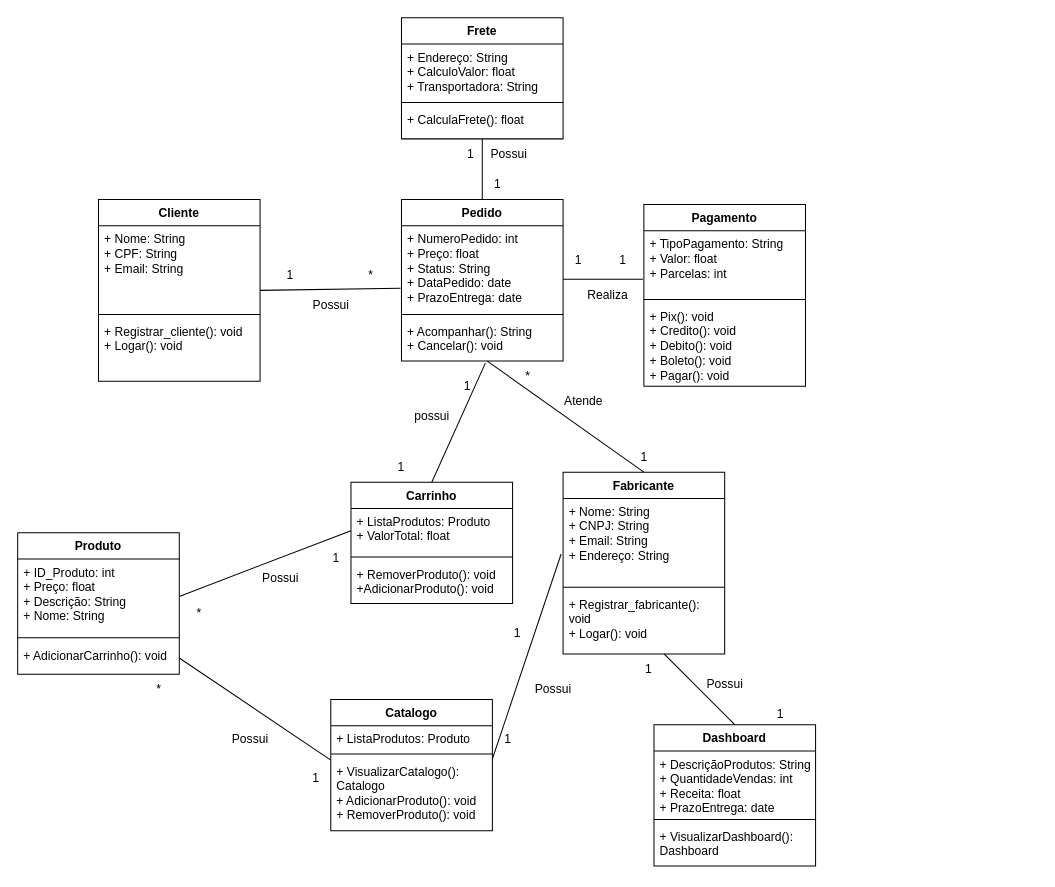
Before: DiagramaClasses.drawio in PedroAP2/Projeto-EngenhariaDaComputacao, a draw.io diagram. Source tidied: cells renumbered, new cells numbered last; positions are measured from the earlier drawing's top-left corner, leaving out a move shared by most shapes. Both pictures are drawn from the tidied source at 101%, with x=0, y=0 at pixel (17, 17).
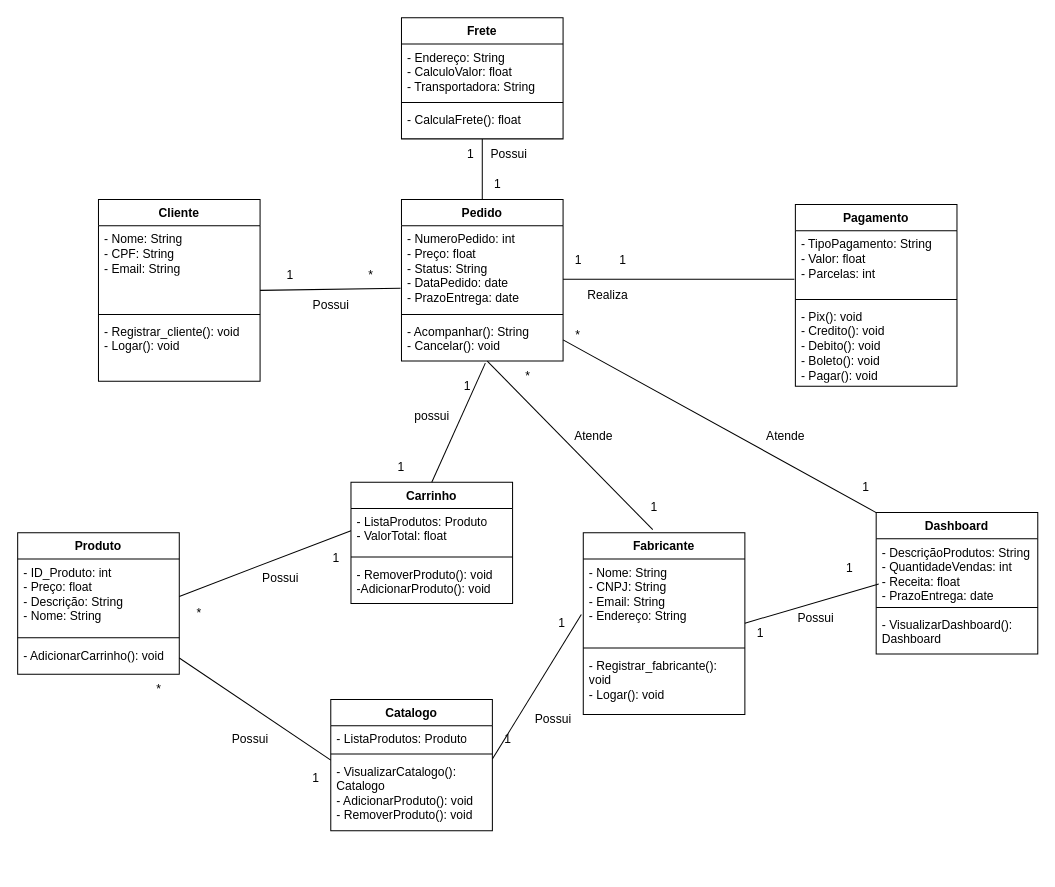
Above is the later version.

Unchanged cells that the change refers to:
```xml
<mxCell id="2" value="Cliente" style="swimlane;fontStyle=1;align=center;verticalAlign=top;horizontal=1;startSize=26;whiteSpace=wrap;html=1;" parent="1" vertex="1">
  <mxGeometry x="80" y="180" width="160" height="180" as="geometry" />
</mxCell>
<mxCell id="10" value="Pedido&lt;br&gt;" style="swimlane;fontStyle=1;align=center;verticalAlign=top;horizontal=1;startSize=26;whiteSpace=wrap;html=1;" parent="1" vertex="1">
  <mxGeometry x="380" y="180" width="160" height="160" as="geometry" />
</mxCell>
<mxCell id="14" value="Produto" style="swimlane;fontStyle=1;align=center;verticalAlign=top;horizontal=1;startSize=26;whiteSpace=wrap;html=1;" parent="1" vertex="1">
  <mxGeometry y="510" width="160" height="140" as="geometry" />
</mxCell>
<mxCell id="18" value="Catalogo" style="swimlane;fontStyle=1;align=center;verticalAlign=top;horizontal=1;startSize=26;whiteSpace=wrap;html=1;" parent="1" vertex="1">
  <mxGeometry x="310" y="675" width="160" height="130" as="geometry" />
</mxCell>
<mxCell id="30" value="Frete" style="swimlane;fontStyle=1;align=center;verticalAlign=top;horizontal=1;startSize=26;whiteSpace=wrap;html=1;" parent="1" vertex="1">
  <mxGeometry x="380" width="160" height="120" as="geometry" />
</mxCell>
<mxCell id="34" value="Carrinho" style="swimlane;fontStyle=1;align=center;verticalAlign=top;horizontal=1;startSize=26;whiteSpace=wrap;html=1;" parent="1" vertex="1">
  <mxGeometry x="330" y="460" width="160" height="120" as="geometry" />
</mxCell>
```

Change to the diagram source:
```diff
@@
-    <mxCell id="3" value="+ Nome: String&lt;br&gt;+ CPF: String&lt;br&gt;+ Email: String" style="text;strokeColor=none;fillColor=none;align=left;verticalAlign=top;spacingLeft=4;spacingRight=4;overflow=hidden;whiteSpace=wrap;html=1;" parent="2" vertex="1">
+    <mxCell id="3" value="- Nome: String&lt;br&gt;- CPF: String&lt;br&gt;- Email: String" style="text;strokeColor=none;fillColor=none;align=left;verticalAlign=top;spacingLeft=4;spacingRight=4;overflow=hidden;whiteSpace=wrap;html=1;" parent="2" vertex="1">
       <mxGeometry y="26" width="160" height="84" as="geometry" />
     </mxCell>
@@
-    <mxCell id="5" value="+ Registrar_cliente(): void&lt;br&gt;+ Logar(): void" style="text;strokeColor=none;fillColor=none;align=left;verticalAlign=top;spacingLeft=4;spacingRight=4;overflow=hidden;whiteSpace=wrap;html=1;" parent="2" vertex="1">
+    <mxCell id="5" value="- Registrar_cliente(): void&lt;br&gt;- Logar(): void" style="text;strokeColor=none;fillColor=none;align=left;verticalAlign=top;spacingLeft=4;spacingRight=4;overflow=hidden;whiteSpace=wrap;html=1;" parent="2" vertex="1">
       <mxGeometry y="118" width="160" height="62" as="geometry" />
     </mxCell>
     <mxCell id="6" value="Fabricante" style="swimlane;fontStyle=1;align=center;verticalAlign=top;horizontal=1;startSize=26;whiteSpace=wrap;html=1;" parent="1" vertex="1">
-      <mxGeometry x="540" y="450" width="160" height="180" as="geometry" />
+      <mxGeometry x="560" y="510" width="160" height="180" as="geometry" />
     </mxCell>
-    <mxCell id="7" value="+ Nome: String&lt;br&gt;+ CNPJ: String&lt;br&gt;+ Email: String&lt;br&gt;+ Endereço: String" style="text;strokeColor=none;fillColor=none;align=left;verticalAlign=top;spacingLeft=4;spacingRight=4;overflow=hidden;points=[[0,0.5],[1,0.5]];portConstraint=eastwest;whiteSpace=wrap;html=1;" parent="6" vertex="1">
+    <mxCell id="7" value="- Nome: String&lt;br&gt;- CNPJ: String&lt;br&gt;- Email: String&lt;br&gt;- Endereço: String" style="text;strokeColor=none;fillColor=none;align=left;verticalAlign=top;spacingLeft=4;spacingRight=4;overflow=hidden;points=[[0,0.5],[1,0.5]];portConstraint=eastwest;whiteSpace=wrap;html=1;" parent="6" vertex="1">
       <mxGeometry y="26" width="160" height="84" as="geometry" />
     </mxCell>
@@
-    <mxCell id="9" value="+ Registrar_fabricante(): void&lt;br&gt;+ Logar(): void" style="text;strokeColor=none;fillColor=none;align=left;verticalAlign=top;spacingLeft=4;spacingRight=4;overflow=hidden;whiteSpace=wrap;html=1;" parent="6" vertex="1">
+    <mxCell id="9" value="- Registrar_fabricante(): void&lt;br&gt;- Logar(): void" style="text;strokeColor=none;fillColor=none;align=left;verticalAlign=top;spacingLeft=4;spacingRight=4;overflow=hidden;whiteSpace=wrap;html=1;" parent="6" vertex="1">
       <mxGeometry y="118" width="160" height="62" as="geometry" />
     </mxCell>
@@
-    <mxCell id="11" value="+ NumeroPedido: int&lt;br&gt;+ Preço: float&lt;br&gt;+ Status: String&lt;br&gt;+ DataPedido: date&lt;br&gt;+ PrazoEntrega: date" style="text;strokeColor=none;fillColor=none;align=left;verticalAlign=top;spacingLeft=4;spacingRight=4;overflow=hidden;whiteSpace=wrap;html=1;" parent="10" vertex="1">
+    <mxCell id="11" value="- NumeroPedido: int&lt;br&gt;- Preço: float&lt;br&gt;- Status: String&lt;br&gt;- DataPedido: date&lt;br&gt;- PrazoEntrega: date" style="text;strokeColor=none;fillColor=none;align=left;verticalAlign=top;spacingLeft=4;spacingRight=4;overflow=hidden;whiteSpace=wrap;html=1;" parent="10" vertex="1">
       <mxGeometry y="26" width="160" height="84" as="geometry" />
     </mxCell>
@@
-    <mxCell id="13" value="+ Acompanhar(): String&lt;br&gt;+ Cancelar(): void" style="text;strokeColor=none;fillColor=none;align=left;verticalAlign=top;spacingLeft=4;spacingRight=4;overflow=hidden;points=[[0,0.5],[1,0.5]];portConstraint=eastwest;whiteSpace=wrap;html=1;" parent="10" vertex="1">
+    <mxCell id="13" value="- Acompanhar(): String&lt;br&gt;- Cancelar(): void" style="text;strokeColor=none;fillColor=none;align=left;verticalAlign=top;spacingLeft=4;spacingRight=4;overflow=hidden;points=[[0,0.5],[1,0.5]];portConstraint=eastwest;whiteSpace=wrap;html=1;" parent="10" vertex="1">
       <mxGeometry y="118" width="160" height="42" as="geometry" />
     </mxCell>
@@
-    <mxCell id="15" value="+ ID_Produto: int&lt;br&gt;+ Preço: float&lt;br&gt;+ Descrição: String&lt;br&gt;+ Nome: String" style="text;strokeColor=none;fillColor=none;align=left;verticalAlign=top;spacingLeft=4;spacingRight=4;overflow=hidden;points=[[0,0.5],[1,0.5]];portConstraint=eastwest;whiteSpace=wrap;html=1;" parent="14" vertex="1">
+    <mxCell id="15" value="- ID_Produto: int&lt;br&gt;- Preço: float&lt;br&gt;- Descrição: String&lt;br&gt;- Nome: String" style="text;strokeColor=none;fillColor=none;align=left;verticalAlign=top;spacingLeft=4;spacingRight=4;overflow=hidden;points=[[0,0.5],[1,0.5]];portConstraint=eastwest;whiteSpace=wrap;html=1;" parent="14" vertex="1">
       <mxGeometry y="26" width="160" height="74" as="geometry" />
     </mxCell>
@@
-    <mxCell id="17" value="+ AdicionarCarrinho(): void" style="text;strokeColor=none;fillColor=none;align=left;verticalAlign=top;spacingLeft=4;spacingRight=4;overflow=hidden;points=[[0,0.5],[1,0.5]];portConstraint=eastwest;whiteSpace=wrap;html=1;" parent="14" vertex="1">
+    <mxCell id="17" value="- AdicionarCarrinho(): void" style="text;strokeColor=none;fillColor=none;align=left;verticalAlign=top;spacingLeft=4;spacingRight=4;overflow=hidden;points=[[0,0.5],[1,0.5]];portConstraint=eastwest;whiteSpace=wrap;html=1;" parent="14" vertex="1">
       <mxGeometry y="108" width="160" height="32" as="geometry" />
     </mxCell>
@@
-    <mxCell id="19" value="+ ListaProdutos: Produto" style="text;strokeColor=none;fillColor=none;align=left;verticalAlign=top;spacingLeft=4;spacingRight=4;overflow=hidden;whiteSpace=wrap;html=1;" parent="18" vertex="1">
+    <mxCell id="19" value="- ListaProdutos: Produto" style="text;strokeColor=none;fillColor=none;align=left;verticalAlign=top;spacingLeft=4;spacingRight=4;overflow=hidden;whiteSpace=wrap;html=1;" parent="18" vertex="1">
       <mxGeometry y="26" width="160" height="24" as="geometry" />
     </mxCell>
@@
-    <mxCell id="21" value="+ VisualizarCatalogo(): Catalogo&lt;br&gt;+ AdicionarProduto(): void&lt;br&gt;+ RemoverProduto(): void" style="text;strokeColor=none;fillColor=none;align=left;verticalAlign=top;spacingLeft=4;spacingRight=4;overflow=hidden;points=[[0,0.5],[1,0.5]];portConstraint=eastwest;whiteSpace=wrap;html=1;" parent="18" vertex="1">
+    <mxCell id="21" value="- VisualizarCatalogo(): Catalogo&lt;br&gt;- AdicionarProduto(): void&lt;br&gt;- RemoverProduto(): void" style="text;strokeColor=none;fillColor=none;align=left;verticalAlign=top;spacingLeft=4;spacingRight=4;overflow=hidden;points=[[0,0.5],[1,0.5]];portConstraint=eastwest;whiteSpace=wrap;html=1;" parent="18" vertex="1">
       <mxGeometry y="58" width="160" height="72" as="geometry" />
     </mxCell>
     <mxCell id="22" value="Dashboard" style="swimlane;fontStyle=1;align=center;verticalAlign=top;horizontal=1;startSize=26;whiteSpace=wrap;html=1;" parent="1" vertex="1">
-      <mxGeometry x="630" y="700" width="160" height="140" as="geometry" />
+      <mxGeometry x="850" y="490" width="160" height="140" as="geometry" />
     </mxCell>
-    <mxCell id="23" value="+ DescriçãoProdutos: String&lt;br&gt;+ QuantidadeVendas: int&lt;br&gt;+ Receita: float&lt;br&gt;+ PrazoEntrega: date" style="text;strokeColor=none;fillColor=none;align=left;verticalAlign=top;spacingLeft=4;spacingRight=4;overflow=hidden;points=[[0,0.5],[1,0.5]];portConstraint=eastwest;whiteSpace=wrap;html=1;" parent="22" vertex="1">
+    <mxCell id="23" value="- DescriçãoProdutos: String&lt;br&gt;- QuantidadeVendas: int&lt;br&gt;- Receita: float&lt;br&gt;- PrazoEntrega: date" style="text;strokeColor=none;fillColor=none;align=left;verticalAlign=top;spacingLeft=4;spacingRight=4;overflow=hidden;points=[[0,0.5],[1,0.5]];portConstraint=eastwest;whiteSpace=wrap;html=1;" parent="22" vertex="1">
       <mxGeometry y="26" width="160" height="64" as="geometry" />
     </mxCell>
@@
-    <mxCell id="25" value="+ VisualizarDashboard(): Dashboard" style="text;strokeColor=none;fillColor=none;align=left;verticalAlign=top;spacingLeft=4;spacingRight=4;overflow=hidden;whiteSpace=wrap;html=1;" parent="22" vertex="1">
+    <mxCell id="25" value="- VisualizarDashboard(): Dashboard" style="text;strokeColor=none;fillColor=none;align=left;verticalAlign=top;spacingLeft=4;spacingRight=4;overflow=hidden;whiteSpace=wrap;html=1;" parent="22" vertex="1">
       <mxGeometry y="98" width="160" height="42" as="geometry" />
     </mxCell>
     <mxCell id="26" value="Pagamento" style="swimlane;fontStyle=1;align=center;verticalAlign=top;horizontal=1;startSize=26;whiteSpace=wrap;html=1;" parent="1" vertex="1">
-      <mxGeometry x="620" y="185" width="160" height="180" as="geometry" />
+      <mxGeometry x="770" y="185" width="160" height="180" as="geometry" />
     </mxCell>
-    <mxCell id="27" value="+ TipoPagamento: String&lt;br&gt;+ Valor: float&lt;br&gt;+ Parcelas: int" style="text;strokeColor=none;fillColor=none;align=left;verticalAlign=top;spacingLeft=4;spacingRight=4;overflow=hidden;points=[[0,0.5],[1,0.5]];portConstraint=eastwest;whiteSpace=wrap;html=1;" parent="26" vertex="1">
+    <mxCell id="27" value="- TipoPagamento: String&lt;br&gt;- Valor: float&lt;br&gt;- Parcelas: int" style="text;strokeColor=none;fillColor=none;align=left;verticalAlign=top;spacingLeft=4;spacingRight=4;overflow=hidden;points=[[0,0.5],[1,0.5]];portConstraint=eastwest;whiteSpace=wrap;html=1;" parent="26" vertex="1">
       <mxGeometry y="26" width="160" height="64" as="geometry" />
     </mxCell>
@@
-    <mxCell id="29" value="+ Pix(): void&lt;br&gt;+ Credito(): void&lt;br&gt;+ Debito(): void&lt;br&gt;+ Boleto(): void&lt;br&gt;+ Pagar(): void" style="text;strokeColor=none;fillColor=none;align=left;verticalAlign=top;spacingLeft=4;spacingRight=4;overflow=hidden;whiteSpace=wrap;html=1;" parent="26" vertex="1">
+    <mxCell id="29" value="- Pix(): void&lt;br&gt;- Credito(): void&lt;br&gt;- Debito(): void&lt;br&gt;- Boleto(): void&lt;br&gt;- Pagar(): void" style="text;strokeColor=none;fillColor=none;align=left;verticalAlign=top;spacingLeft=4;spacingRight=4;overflow=hidden;whiteSpace=wrap;html=1;" parent="26" vertex="1">
       <mxGeometry y="98" width="160" height="82" as="geometry" />
     </mxCell>
@@
-    <mxCell id="31" value="+ Endereço: String&lt;br&gt;+ CalculoValor: float&lt;br&gt;+ Transportadora: String" style="text;strokeColor=none;fillColor=none;align=left;verticalAlign=top;spacingLeft=4;spacingRight=4;overflow=hidden;whiteSpace=wrap;html=1;" parent="30" vertex="1">
+    <mxCell id="31" value="- Endereço: String&lt;br&gt;- CalculoValor: float&lt;br&gt;- Transportadora: String" style="text;strokeColor=none;fillColor=none;align=left;verticalAlign=top;spacingLeft=4;spacingRight=4;overflow=hidden;whiteSpace=wrap;html=1;" parent="30" vertex="1">
       <mxGeometry y="26" width="160" height="54" as="geometry" />
     </mxCell>
@@
-    <mxCell id="33" value="+ CalculaFrete(): float" style="text;strokeColor=none;fillColor=none;align=left;verticalAlign=top;spacingLeft=4;spacingRight=4;overflow=hidden;whiteSpace=wrap;html=1;" parent="30" vertex="1">
+    <mxCell id="33" value="- CalculaFrete(): float" style="text;strokeColor=none;fillColor=none;align=left;verticalAlign=top;spacingLeft=4;spacingRight=4;overflow=hidden;whiteSpace=wrap;html=1;" parent="30" vertex="1">
       <mxGeometry y="88" width="160" height="32" as="geometry" />
     </mxCell>
@@
-    <mxCell id="35" value="+ ListaProdutos: Produto&lt;br&gt;+ ValorTotal: float" style="text;strokeColor=none;fillColor=none;align=left;verticalAlign=top;spacingLeft=4;spacingRight=4;overflow=hidden;points=[[0,0.5],[1,0.5]];portConstraint=eastwest;whiteSpace=wrap;html=1;" parent="34" vertex="1">
+    <mxCell id="35" value="- ListaProdutos: Produto&lt;br&gt;- ValorTotal: float" style="text;strokeColor=none;fillColor=none;align=left;verticalAlign=top;spacingLeft=4;spacingRight=4;overflow=hidden;points=[[0,0.5],[1,0.5]];portConstraint=eastwest;whiteSpace=wrap;html=1;" parent="34" vertex="1">
       <mxGeometry y="26" width="160" height="44" as="geometry" />
     </mxCell>
@@
-    <mxCell id="37" value="+ RemoverProduto(): void&lt;br&gt;+AdicionarProduto(): void" style="text;strokeColor=none;fillColor=none;align=left;verticalAlign=top;spacingLeft=4;spacingRight=4;overflow=hidden;whiteSpace=wrap;html=1;" parent="34" vertex="1">
+    <mxCell id="37" value="- RemoverProduto(): void&lt;br&gt;-AdicionarProduto(): void" style="text;strokeColor=none;fillColor=none;align=left;verticalAlign=top;spacingLeft=4;spacingRight=4;overflow=hidden;whiteSpace=wrap;html=1;" parent="34" vertex="1">
       <mxGeometry y="78" width="160" height="42" as="geometry" />
     </mxCell>
@@
-    <mxCell id="41" style="endArrow=none;html=1;rounded=0;exitX=0.531;exitY=1;exitDx=0;exitDy=0;exitPerimeter=0;" parent="1" edge="1" source="13">
-      <mxGeometry relative="1" as="geometry">
-        <mxPoint x="620" y="450" as="targetPoint" />
-      </mxGeometry>
+    <mxCell id="41" style="endArrow=none;html=1;rounded=0;exitX=0.531;exitY=1;exitDx=0;exitDy=0;exitPerimeter=0;entryX=0.43;entryY=-0.017;entryDx=0;entryDy=0;entryPerimeter=0;" parent="1" edge="1" source="13" target="6">
+      <mxGeometry relative="1" as="geometry" />
     </mxCell>
@@
-    <mxCell id="44" style="endArrow=none;html=1;rounded=0;entryX=0.5;entryY=0;entryDx=0;entryDy=0;" parent="1" edge="1" target="22">
-      <mxGeometry relative="1" as="geometry">
-        <mxPoint x="640" y="630" as="sourcePoint" />
-      </mxGeometry>
+    <mxCell id="44" style="endArrow=none;html=1;rounded=0;entryX=0.016;entryY=0.699;entryDx=0;entryDy=0;exitX=1;exitY=0.756;exitDx=0;exitDy=0;exitPerimeter=0;entryPerimeter=0;" parent="1" edge="1" source="7" target="23">
+      <mxGeometry relative="1" as="geometry" />
     </mxCell>
@@
     <mxCell id="50" value="1" style="text;html=1;strokeColor=none;fillColor=none;align=center;verticalAlign=middle;whiteSpace=wrap;rounded=0;" parent="1" vertex="1">
-      <mxGeometry x="605" y="630" width="40" height="30" as="geometry" />
+      <mxGeometry x="804" y="530" width="40" height="30" as="geometry" />
     </mxCell>
@@
     <mxCell id="53" value="1" style="text;html=1;strokeColor=none;fillColor=none;align=center;verticalAlign=middle;whiteSpace=wrap;rounded=0;" parent="1" vertex="1">
-      <mxGeometry x="480" y="600" width="30" height="20" as="geometry" />
+      <mxGeometry x="524" y="590" width="30" height="20" as="geometry" />
     </mxCell>
@@
     <mxCell id="61" value="1" style="text;html=1;align=center;verticalAlign=middle;strokeColor=none;fillColor=none;" parent="1" vertex="1">
-      <mxGeometry x="605" y="420" width="30" height="30" as="geometry" />
+      <mxGeometry x="615" y="470" width="30" height="30" as="geometry" />
     </mxCell>
     <mxCell id="62" value="Atende" style="text;html=1;align=center;verticalAlign=middle;strokeColor=none;fillColor=none;" parent="1" vertex="1">
-      <mxGeometry x="530" y="365" width="60" height="30" as="geometry" />
+      <mxGeometry x="540" y="400" width="60" height="30" as="geometry" />
     </mxCell>
@@
     <mxCell id="66" value="Possui" style="text;html=1;align=center;verticalAlign=middle;strokeColor=none;fillColor=none;" parent="1" vertex="1">
-      <mxGeometry x="500" y="650" width="60" height="30" as="geometry" />
+      <mxGeometry x="500" y="680" width="60" height="30" as="geometry" />
     </mxCell>
     <mxCell id="67" value="1" style="text;html=1;align=center;verticalAlign=middle;strokeColor=none;fillColor=none;" parent="1" vertex="1">
-      <mxGeometry x="740" y="675" width="30" height="30" as="geometry" />
+      <mxGeometry x="720" y="595" width="30" height="30" as="geometry" />
     </mxCell>
     <mxCell id="68" value="Possui" style="text;html=1;align=center;verticalAlign=middle;strokeColor=none;fillColor=none;" parent="1" vertex="1">
-      <mxGeometry x="670" y="645" width="60" height="30" as="geometry" />
+      <mxGeometry x="760" y="580" width="60" height="30" as="geometry" />
     </mxCell>
@@
+    <mxCell id="73" style="endArrow=none;html=1;rounded=0;exitX=1;exitY=0.5;exitDx=0;exitDy=0;entryX=0;entryY=0;entryDx=0;entryDy=0;" parent="1" edge="1" source="13" target="22">
+      <mxGeometry relative="1" as="geometry" />
+    </mxCell>
+    <mxCell id="74" value="1" style="text;html=1;strokeColor=none;fillColor=none;align=center;verticalAlign=middle;whiteSpace=wrap;rounded=0;" parent="1" vertex="1">
+      <mxGeometry x="820" y="450" width="40" height="30" as="geometry" />
+    </mxCell>
+    <mxCell id="75" value="*" style="text;html=1;strokeColor=none;fillColor=none;align=center;verticalAlign=middle;whiteSpace=wrap;rounded=0;" parent="1" vertex="1">
+      <mxGeometry x="535" y="300" width="40" height="30" as="geometry" />
+    </mxCell>
+    <mxCell id="76" value="Atende" style="text;html=1;align=center;verticalAlign=middle;strokeColor=none;fillColor=none;" parent="1" vertex="1">
+      <mxGeometry x="730" y="400" width="60" height="30" as="geometry" />
+    </mxCell>
```
